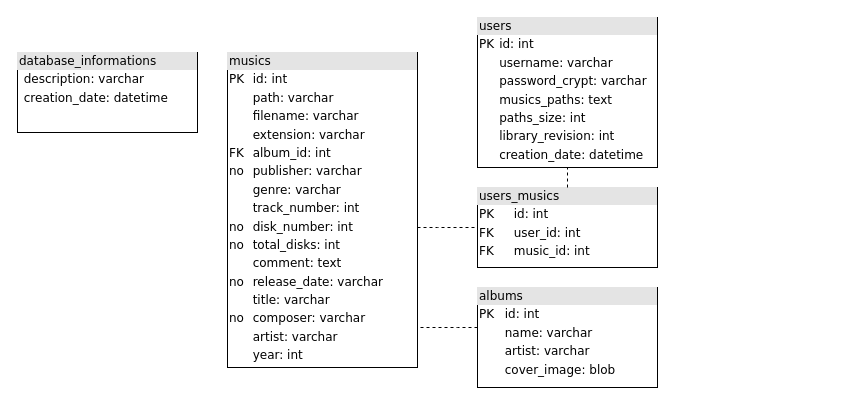
Earlier version of the draw.io diagram diagrams/server/Database_structure.drawio (Ooggle/MUSIC-exclamation-mark). Source tidied: cells renumbered, new cells numbered last; positions are measured from the earlier drawing's top-left corner, leaving out a move shared by most shapes. Both pictures are drawn from the tidied source at 100%, with x=0, y=0 at pixel (17, 17).
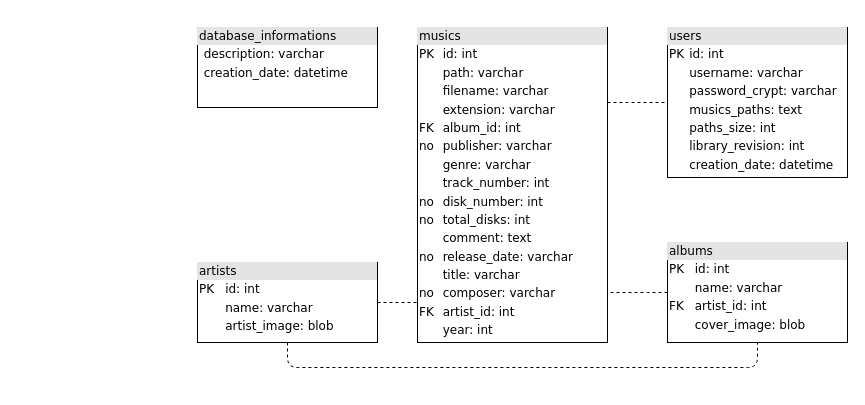
The same diagram, later.

Commit message (it also covers changes not shown here):
new database structure

The edit, as a diff of the source:
```diff
@@
 <mxGraphModel background="#ffffff">
   <root>
     <mxCell id="0" />
     <mxCell id="1" parent="0" />
     <mxCell id="2" value="&lt;div style=&quot;box-sizing: border-box ; width: 100% ; background: #e4e4e4 ; padding: 2px&quot;&gt;users&lt;/div&gt;&lt;table style=&quot;width: 100% ; font-size: 1em&quot; cellpadding=&quot;2&quot; cellspacing=&quot;0&quot;&gt;&lt;tbody&gt;&lt;tr&gt;&lt;td&gt;PK&lt;/td&gt;&lt;td&gt;id: int&lt;/td&gt;&lt;/tr&gt;&lt;tr&gt;&lt;td&gt;&lt;br&gt;&lt;/td&gt;&lt;td&gt;username: varchar&lt;/td&gt;&lt;/tr&gt;&lt;tr&gt;&lt;td&gt;&lt;/td&gt;&lt;td&gt;password_crypt: varchar&lt;/td&gt;&lt;/tr&gt;&lt;tr&gt;&lt;td&gt;&lt;br&gt;&lt;/td&gt;&lt;td&gt;musics_paths: text&lt;br&gt;&lt;/td&gt;&lt;/tr&gt;&lt;tr&gt;&lt;td&gt;&lt;br&gt;&lt;/td&gt;&lt;td&gt;paths_size: int&lt;/td&gt;&lt;/tr&gt;&lt;tr&gt;&lt;td&gt;&lt;br&gt;&lt;/td&gt;&lt;td&gt;library_revision: int&lt;/td&gt;&lt;/tr&gt;&lt;tr&gt;&lt;td&gt;&lt;br&gt;&lt;/td&gt;&lt;td&gt;creation_date: datetime&lt;/td&gt;&lt;/tr&gt;&lt;/tbody&gt;&lt;/table&gt;" style="verticalAlign=top;align=left;overflow=fill;html=1;rounded=0;shadow=0;comic=0;labelBackgroundColor=none;strokeWidth=1;fontFamily=Verdana;fontSize=12;" parent="1" vertex="1">
-      <mxGeometry x="460" width="180" height="150" as="geometry" />
+      <mxGeometry x="650" y="10" width="180" height="150" as="geometry" />
     </mxCell>
-    <mxCell id="3" value="&lt;div style=&quot;box-sizing: border-box ; width: 100% ; background: #e4e4e4 ; padding: 2px&quot;&gt;musics&lt;/div&gt;&lt;table style=&quot;width: 100% ; font-size: 1em&quot; cellpadding=&quot;2&quot; cellspacing=&quot;0&quot;&gt;&lt;tbody&gt;&lt;tr&gt;&lt;td&gt;PK&lt;/td&gt;&lt;td&gt;id: int&lt;/td&gt;&lt;/tr&gt;&lt;tr&gt;&lt;td&gt;&lt;br&gt;&lt;/td&gt;&lt;td&gt;path: varchar&lt;/td&gt;&lt;/tr&gt;&lt;tr&gt;&lt;td&gt;&lt;br&gt;&lt;/td&gt;&lt;td&gt;filename: varchar&lt;/td&gt;&lt;/tr&gt;&lt;tr&gt;&lt;td&gt;&lt;br&gt;&lt;/td&gt;&lt;td&gt;extension: varchar&lt;/td&gt;&lt;/tr&gt;&lt;tr&gt;&lt;td&gt;FK&lt;/td&gt;&lt;td&gt;album_id: int&lt;br&gt;&lt;/td&gt;&lt;/tr&gt;&lt;tr&gt;&lt;td&gt;no&lt;/td&gt;&lt;td&gt;publisher: varchar&lt;br&gt;&lt;/td&gt;&lt;/tr&gt;&lt;tr&gt;&lt;td&gt;&lt;br&gt;&lt;/td&gt;&lt;td&gt;genre: varchar&lt;br&gt;&lt;/td&gt;&lt;/tr&gt;&lt;tr&gt;&lt;td&gt;&lt;br&gt;&lt;/td&gt;&lt;td&gt;track_number: int&lt;br&gt;&lt;/td&gt;&lt;/tr&gt;&lt;tr&gt;&lt;td&gt;no&lt;/td&gt;&lt;td&gt;disk_number: int&lt;/td&gt;&lt;/tr&gt;&lt;tr&gt;&lt;td&gt;no&lt;/td&gt;&lt;td&gt;total_disks: int&lt;br&gt;&lt;/td&gt;&lt;/tr&gt;&lt;tr&gt;&lt;td&gt;&lt;br&gt;&lt;/td&gt;&lt;td&gt;comment: text&lt;/td&gt;&lt;/tr&gt;&lt;tr&gt;&lt;td&gt;no&lt;/td&gt;&lt;td&gt;release_date: varchar&lt;/td&gt;&lt;/tr&gt;&lt;tr&gt;&lt;td&gt;&lt;br&gt;&lt;/td&gt;&lt;td&gt;title: varchar&lt;br&gt;&lt;/td&gt;&lt;/tr&gt;&lt;tr&gt;&lt;td&gt;no&lt;/td&gt;&lt;td&gt;composer: varchar&lt;/td&gt;&lt;/tr&gt;&lt;tr&gt;&lt;td&gt;&lt;br&gt;&lt;/td&gt;&lt;td&gt;artist: varchar&lt;/td&gt;&lt;/tr&gt;&lt;tr&gt;&lt;td&gt;&lt;br&gt;&lt;/td&gt;&lt;td&gt;year: int&lt;/td&gt;&lt;/tr&gt;&lt;/tbody&gt;&lt;/table&gt;" style="verticalAlign=top;align=left;overflow=fill;html=1;rounded=0;shadow=0;comic=0;labelBackgroundColor=none;strokeWidth=1;fontFamily=Verdana;fontSize=12;" parent="1" vertex="1">
-      <mxGeometry x="210" y="35" width="190" height="315" as="geometry" />
+    <mxCell id="3" value="&lt;div style=&quot;box-sizing: border-box ; width: 100% ; background: #e4e4e4 ; padding: 2px&quot;&gt;musics&lt;/div&gt;&lt;table style=&quot;width: 100% ; font-size: 1em&quot; cellpadding=&quot;2&quot; cellspacing=&quot;0&quot;&gt;&lt;tbody&gt;&lt;tr&gt;&lt;td&gt;PK&lt;/td&gt;&lt;td&gt;id: int&lt;/td&gt;&lt;/tr&gt;&lt;tr&gt;&lt;td&gt;&lt;br&gt;&lt;/td&gt;&lt;td&gt;path: varchar&lt;/td&gt;&lt;/tr&gt;&lt;tr&gt;&lt;td&gt;&lt;br&gt;&lt;/td&gt;&lt;td&gt;filename: varchar&lt;/td&gt;&lt;/tr&gt;&lt;tr&gt;&lt;td&gt;&lt;br&gt;&lt;/td&gt;&lt;td&gt;extension: varchar&lt;/td&gt;&lt;/tr&gt;&lt;tr&gt;&lt;td&gt;FK&lt;/td&gt;&lt;td&gt;album_id: int&lt;br&gt;&lt;/td&gt;&lt;/tr&gt;&lt;tr&gt;&lt;td&gt;no&lt;/td&gt;&lt;td&gt;publisher: varchar&lt;br&gt;&lt;/td&gt;&lt;/tr&gt;&lt;tr&gt;&lt;td&gt;&lt;br&gt;&lt;/td&gt;&lt;td&gt;genre: varchar&lt;br&gt;&lt;/td&gt;&lt;/tr&gt;&lt;tr&gt;&lt;td&gt;&lt;br&gt;&lt;/td&gt;&lt;td&gt;track_number: int&lt;br&gt;&lt;/td&gt;&lt;/tr&gt;&lt;tr&gt;&lt;td&gt;no&lt;/td&gt;&lt;td&gt;disk_number: int&lt;/td&gt;&lt;/tr&gt;&lt;tr&gt;&lt;td&gt;no&lt;/td&gt;&lt;td&gt;total_disks: int&lt;br&gt;&lt;/td&gt;&lt;/tr&gt;&lt;tr&gt;&lt;td&gt;&lt;br&gt;&lt;/td&gt;&lt;td&gt;comment: text&lt;/td&gt;&lt;/tr&gt;&lt;tr&gt;&lt;td&gt;no&lt;/td&gt;&lt;td&gt;release_date: varchar&lt;/td&gt;&lt;/tr&gt;&lt;tr&gt;&lt;td&gt;&lt;br&gt;&lt;/td&gt;&lt;td&gt;title: varchar&lt;br&gt;&lt;/td&gt;&lt;/tr&gt;&lt;tr&gt;&lt;td&gt;no&lt;/td&gt;&lt;td&gt;composer: varchar&lt;/td&gt;&lt;/tr&gt;&lt;tr&gt;&lt;td&gt;FK&lt;/td&gt;&lt;td&gt;artist_id: int&lt;/td&gt;&lt;/tr&gt;&lt;tr&gt;&lt;td&gt;&lt;br&gt;&lt;/td&gt;&lt;td&gt;year: int&lt;/td&gt;&lt;/tr&gt;&lt;/tbody&gt;&lt;/table&gt;" style="verticalAlign=top;align=left;overflow=fill;html=1;rounded=0;shadow=0;comic=0;labelBackgroundColor=none;strokeWidth=1;fontFamily=Verdana;fontSize=12;" parent="1" vertex="1">
+      <mxGeometry x="400" y="10" width="190" height="315" as="geometry" />
     </mxCell>
-    <mxCell id="4" value="&lt;div style=&quot;box-sizing: border-box ; width: 100% ; background: #e4e4e4 ; padding: 2px&quot;&gt;users_musics&lt;/div&gt;&lt;table style=&quot;width: 100% ; font-size: 1em&quot; cellpadding=&quot;2&quot; cellspacing=&quot;0&quot;&gt;&lt;tbody&gt;&lt;tr&gt;&lt;td&gt;PK&lt;/td&gt;&lt;td&gt;id: int&lt;/td&gt;&lt;/tr&gt;&lt;tr&gt;&lt;td&gt;FK&lt;/td&gt;&lt;td&gt;user_id: int&lt;/td&gt;&lt;/tr&gt;&lt;tr&gt;&lt;td&gt;FK&lt;/td&gt;&lt;td&gt;music_id: int&lt;/td&gt;&lt;/tr&gt;&lt;/tbody&gt;&lt;/table&gt;" style="verticalAlign=top;align=left;overflow=fill;html=1;rounded=0;shadow=0;comic=0;labelBackgroundColor=none;strokeWidth=1;fontFamily=Verdana;fontSize=12;" parent="1" vertex="1">
-      <mxGeometry x="460" y="170" width="180" height="80" as="geometry" />
-    </mxCell>
-    <mxCell id="5" value="&lt;div style=&quot;box-sizing: border-box ; width: 100% ; background: #e4e4e4 ; padding: 2px&quot;&gt;albums&lt;/div&gt;&lt;table style=&quot;width: 100% ; font-size: 1em&quot; cellpadding=&quot;2&quot; cellspacing=&quot;0&quot;&gt;&lt;tbody&gt;&lt;tr&gt;&lt;td&gt;PK&lt;/td&gt;&lt;td&gt;id: int&lt;/td&gt;&lt;/tr&gt;&lt;tr&gt;&lt;td&gt;&lt;br&gt;&lt;/td&gt;&lt;td&gt;name: varchar&lt;/td&gt;&lt;/tr&gt;&lt;tr&gt;&lt;td&gt;&lt;br&gt;&lt;/td&gt;&lt;td&gt;artist: varchar&lt;/td&gt;&lt;/tr&gt;&lt;tr&gt;&lt;td&gt;&lt;br&gt;&lt;/td&gt;&lt;td&gt;cover_image: blob&lt;/td&gt;&lt;/tr&gt;&lt;/tbody&gt;&lt;/table&gt;" style="verticalAlign=top;align=left;overflow=fill;html=1;rounded=0;shadow=0;comic=0;labelBackgroundColor=none;strokeWidth=1;fontFamily=Verdana;fontSize=12;" parent="1" vertex="1">
-      <mxGeometry x="460" y="270" width="180" height="100" as="geometry" />
+    <mxCell id="5" value="&lt;div style=&quot;box-sizing: border-box ; width: 100% ; background: #e4e4e4 ; padding: 2px&quot;&gt;albums&lt;/div&gt;&lt;table style=&quot;width: 100% ; font-size: 1em&quot; cellpadding=&quot;2&quot; cellspacing=&quot;0&quot;&gt;&lt;tbody&gt;&lt;tr&gt;&lt;td&gt;PK&lt;/td&gt;&lt;td&gt;id: int&lt;/td&gt;&lt;/tr&gt;&lt;tr&gt;&lt;td&gt;&lt;br&gt;&lt;/td&gt;&lt;td&gt;name: varchar&lt;/td&gt;&lt;/tr&gt;&lt;tr&gt;&lt;td&gt;FK&lt;/td&gt;&lt;td&gt;artist_id: int&lt;/td&gt;&lt;/tr&gt;&lt;tr&gt;&lt;td&gt;&lt;br&gt;&lt;/td&gt;&lt;td&gt;cover_image: blob&lt;/td&gt;&lt;/tr&gt;&lt;/tbody&gt;&lt;/table&gt;" style="verticalAlign=top;align=left;overflow=fill;html=1;rounded=0;shadow=0;comic=0;labelBackgroundColor=none;strokeWidth=1;fontFamily=Verdana;fontSize=12;" parent="1" vertex="1">
+      <mxGeometry x="650" y="225" width="180" height="100" as="geometry" />
     </mxCell>
     <mxCell id="6" style="endArrow=none;dashed=1;html=1;edgeStyle=elbowEdgeStyle;elbow=vertical;" parent="1" edge="1" source="5" target="3">
       <mxGeometry relative="1" as="geometry" />
     </mxCell>
-    <mxCell id="7" style="endArrow=none;dashed=1;html=1;edgeStyle=elbowEdgeStyle;elbow=vertical;" parent="1" edge="1" source="3" target="4">
+    <mxCell id="7" style="endArrow=none;dashed=1;html=1;edgeStyle=elbowEdgeStyle;elbow=vertical;" parent="1" edge="1" source="3" target="2">
       <mxGeometry relative="1" as="geometry" />
     </mxCell>
-    <mxCell id="8" style="endArrow=none;dashed=1;html=1;edgeStyle=elbowEdgeStyle;elbow=vertical;" parent="1" edge="1" source="4" target="2">
-      <mxGeometry relative="1" as="geometry" />
-    </mxCell>
     <mxCell id="9" value="&lt;div style=&quot;box-sizing: border-box ; width: 100% ; background: #e4e4e4 ; padding: 2px&quot;&gt;database_informations&lt;/div&gt;&lt;table style=&quot;width: 100% ; font-size: 1em&quot; cellpadding=&quot;2&quot; cellspacing=&quot;0&quot;&gt;&lt;tbody&gt;&lt;tr&gt;&lt;td&gt;&lt;br&gt;&lt;/td&gt;&lt;td&gt;description: varchar&lt;/td&gt;&lt;/tr&gt;&lt;tr&gt;&lt;td&gt;&lt;br&gt;&lt;/td&gt;&lt;td&gt;creation_date: datetime&lt;/td&gt;&lt;/tr&gt;&lt;/tbody&gt;&lt;/table&gt;" style="verticalAlign=top;align=left;overflow=fill;html=1;rounded=0;shadow=0;comic=0;labelBackgroundColor=none;strokeWidth=1;fontFamily=Verdana;fontSize=12;" parent="1" vertex="1">
-      <mxGeometry y="35" width="180" height="80" as="geometry" />
+      <mxGeometry x="180" y="10" width="180" height="80" as="geometry" />
     </mxCell>
+    <mxCell id="10" value="&lt;div style=&quot;box-sizing: border-box ; width: 100% ; background: #e4e4e4 ; padding: 2px&quot;&gt;artists&lt;/div&gt;&lt;table style=&quot;width: 100% ; font-size: 1em&quot; cellpadding=&quot;2&quot; cellspacing=&quot;0&quot;&gt;&lt;tbody&gt;&lt;tr&gt;&lt;td&gt;PK&lt;/td&gt;&lt;td&gt;id: int&lt;/td&gt;&lt;/tr&gt;&lt;tr&gt;&lt;td&gt;&lt;br&gt;&lt;/td&gt;&lt;td&gt;name: varchar&lt;/td&gt;&lt;/tr&gt;&lt;tr&gt;&lt;td&gt;&lt;br&gt;&lt;/td&gt;&lt;td&gt;artist_image: blob&lt;/td&gt;&lt;/tr&gt;&lt;/tbody&gt;&lt;/table&gt;" style="verticalAlign=top;align=left;overflow=fill;html=1;rounded=0;shadow=0;comic=0;labelBackgroundColor=none;strokeWidth=1;fontFamily=Verdana;fontSize=12;" parent="1" vertex="1">
+      <mxGeometry x="180" y="245" width="180" height="80" as="geometry" />
+    </mxCell>
+    <mxCell id="11" style="endArrow=none;dashed=1;html=1;strokeWidth=1;edgeStyle=elbowEdgeStyle;elbow=vertical;" parent="1" edge="1" source="10" target="3">
+      <mxGeometry relative="1" as="geometry" />
+    </mxCell>
+    <mxCell id="12" style="endArrow=none;dashed=1;html=1;strokeWidth=1;edgeStyle=elbowEdgeStyle;elbow=vertical;" parent="1" edge="1" source="10" target="5">
+      <mxGeometry relative="1" as="geometry">
+        <Array as="points">
+          <mxPoint x="500" y="350" />
+        </Array>
+      </mxGeometry>
+    </mxCell>
   </root>
 </mxGraphModel>
```
